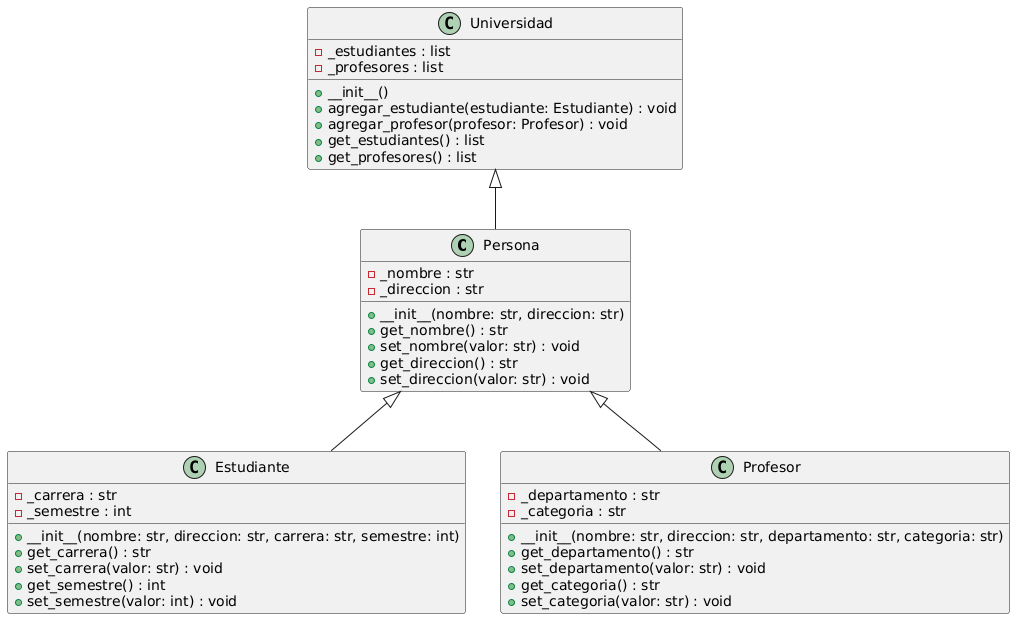
Before: Ejercicio 4.4/diagrama ejercicio 4.4.png, a diagram exported from PlantUML (juniorsanchez1999/Actividad-3).
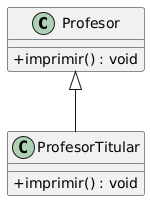
Above is the later version.

Diff of the diagram source:
```diff
@@ -1,45 +1,13 @@
 @startuml
-class Persona {
-    - _nombre : str
-    - _direccion : str
-    + __init__(nombre: str, direccion: str)
-    + get_nombre() : str
-    + set_nombre(valor: str) : void
-    + get_direccion() : str
-    + set_direccion(valor: str) : void
+skinparam classAttributeIconSize 0
+
+class Profesor {
+    + imprimir() : void
 }
 
-class Estudiante {
-    - _carrera : str
-    - _semestre : int
-    + __init__(nombre: str, direccion: str, carrera: str, semestre: int)
-    + get_carrera() : str
-    + set_carrera(valor: str) : void
-    + get_semestre() : int
-    + set_semestre(valor: int) : void
+class ProfesorTitular {
+    + imprimir() : void
 }
 
-class Profesor {
-    - _departamento : str
-    - _categoria : str
-    + __init__(nombre: str, direccion: str, departamento: str, categoria: str)
-    + get_departamento() : str
-    + set_departamento(valor: str) : void
-    + get_categoria() : str
-    + set_categoria(valor: str) : void
-}
-
-class Universidad {
-    - _estudiantes : list
-    - _profesores : list
-    + __init__()
-    + agregar_estudiante(estudiante: Estudiante) : void
-    + agregar_profesor(profesor: Profesor) : void
-    + get_estudiantes() : list
-    + get_profesores() : list
-}
-
-Persona <|-- Estudiante
-Persona <|-- Profesor
-Universidad <|-- Persona
+Profesor <|-- ProfesorTitular
 @enduml
```
